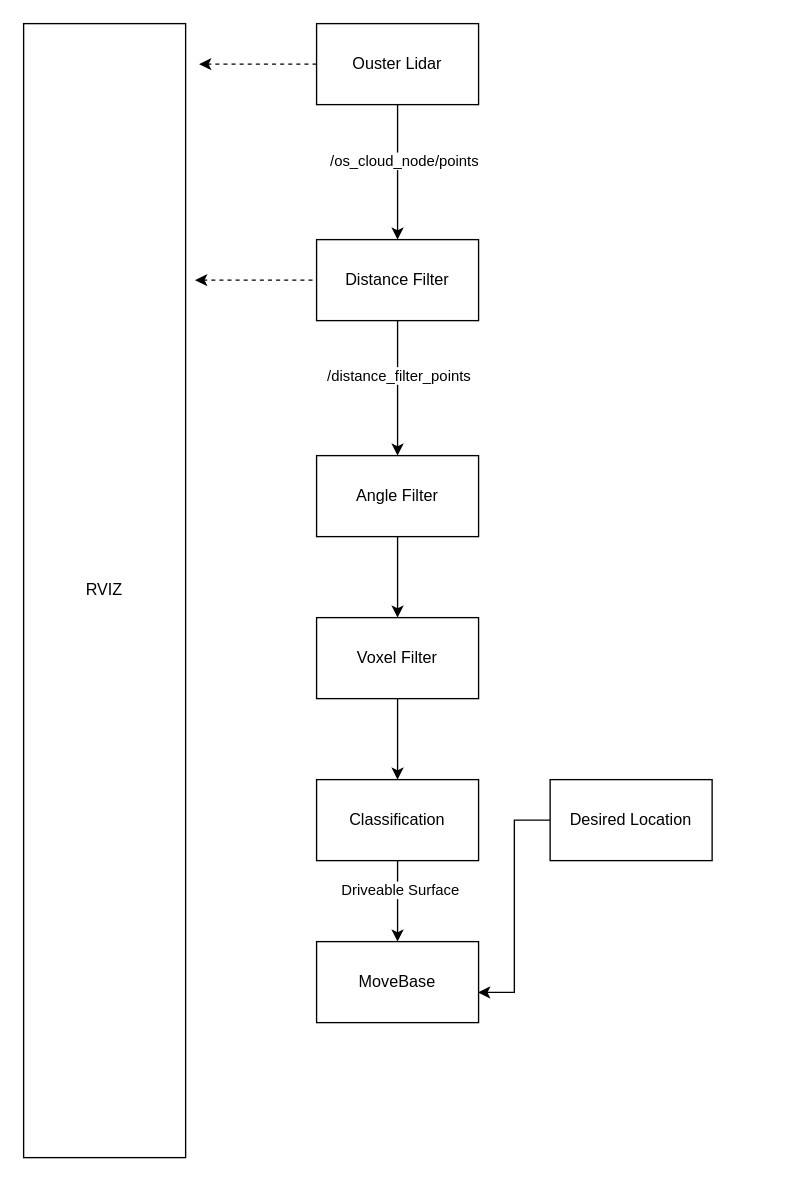
This is Untitled Diagram.drawio from AM1010101/lidar_integrators_course, a draw.io file, before an edit. Source tidied: cells renumbered, new cells numbered last; positions are measured from the earlier drawing's top-left corner, leaving out a move shared by most shapes. Both pictures are drawn from the tidied source at 135%, with x=0, y=0 at pixel (23, 23).
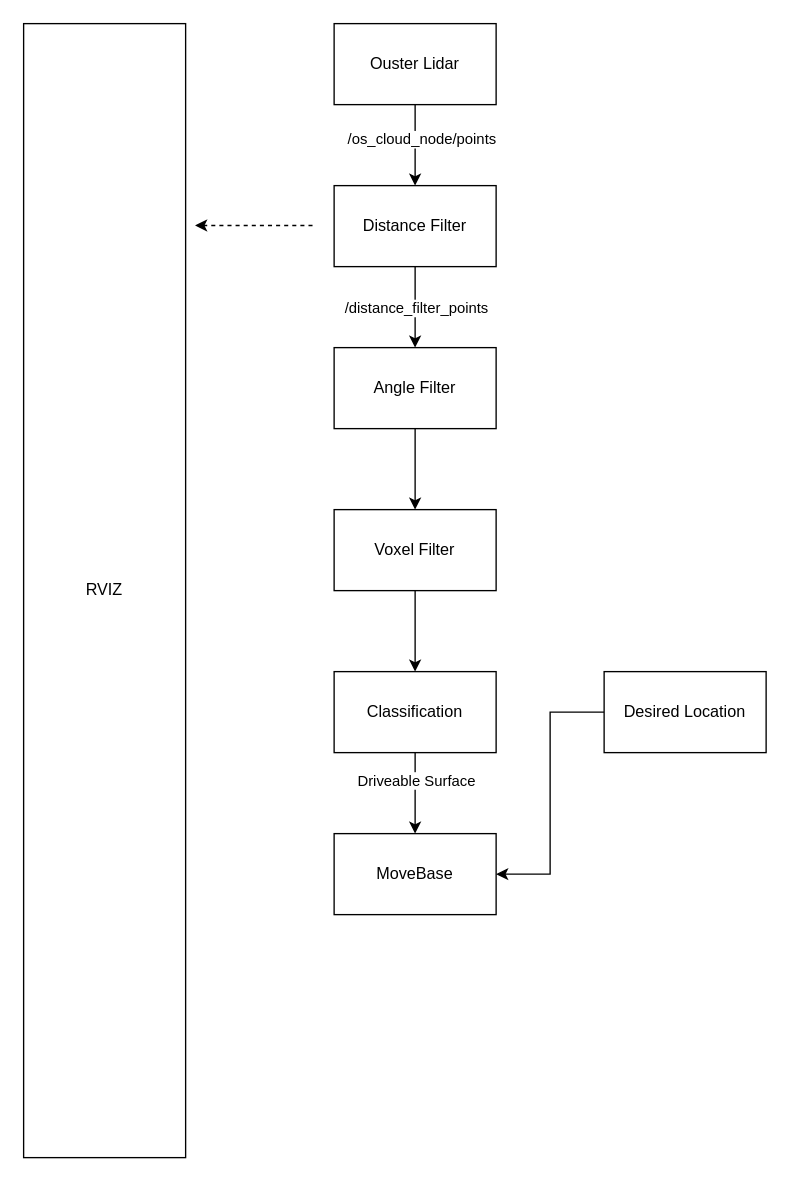
The same page after the edit.

Unchanged cells that the change refers to:
```xml
<mxCell id="9" style="edgeStyle=orthogonalEdgeStyle;rounded=0;jettySize=auto;html=1;entryX=0.5;entryY=0;entryDx=0;entryDy=0;" parent="1" edge="1" source="11" target="12">
  <mxGeometry relative="1" as="geometry" />
</mxCell>
```

The edit, as a diff of the source:
```diff
@@
-    <mxCell id="4" style="edgeStyle=orthogonalEdgeStyle;rounded=0;jettySize=auto;html=1;dashed=1;" parent="1" edge="1" source="5">
-      <mxGeometry relative="1" as="geometry">
-        <mxPoint x="130" y="30" as="targetPoint" />
-      </mxGeometry>
-    </mxCell>
     <mxCell id="5" value="Ouster Lidar" style="rounded=0;whiteSpace=wrap;html=1;" parent="1" vertex="1">
-      <mxGeometry x="217" width="120" height="60" as="geometry" />
+      <mxGeometry x="230" width="120" height="60" as="geometry" />
     </mxCell>
-    <mxCell id="6" style="edgeStyle=orthogonalEdgeStyle;rounded=0;jettySize=auto;html=1;" parent="1" edge="1" source="8">
-      <mxGeometry relative="1" as="geometry">
-        <mxPoint x="277" y="320" as="targetPoint" />
-      </mxGeometry>
+    <mxCell id="6" style="edgeStyle=orthogonalEdgeStyle;rounded=0;jettySize=auto;html=1;entryX=0.5;entryY=0;entryDx=0;entryDy=0;" parent="1" edge="1" source="8" target="16">
+      <mxGeometry relative="1" as="geometry" />
     </mxCell>
     <mxCell id="7" style="edgeStyle=orthogonalEdgeStyle;rounded=0;orthogonalLoop=1;jettySize=auto;html=1;dashed=1;" parent="1" edge="1">
       <mxGeometry relative="1" as="geometry">
-        <mxPoint x="214" y="190" as="sourcePoint" />
-        <mxPoint x="127" y="190" as="targetPoint" />
+        <mxPoint x="214" y="149.5" as="sourcePoint" />
+        <mxPoint x="127" y="149.5" as="targetPoint" />
       </mxGeometry>
     </mxCell>
     <mxCell id="8" value="Distance Filter" style="rounded=0;whiteSpace=wrap;html=1;" parent="1" vertex="1">
-      <mxGeometry x="217" y="160" width="120" height="60" as="geometry" />
+      <mxGeometry x="230" y="120" width="120" height="60" as="geometry" />
     </mxCell>
@@
     <mxCell id="10" value="Driveable Surface" style="edgeLabel;html=1;align=center;verticalAlign=middle;" parent="9" vertex="1">
-      <mxGeometry x="-0.3" y="1" relative="1" as="geometry" />
+      <mxGeometry x="-0.3" y="1" relative="1" as="geometry">
+        <mxPoint x="-1" y="-1" as="offset" />
+      </mxGeometry>
     </mxCell>
     <mxCell id="11" value="Classification" style="rounded=0;whiteSpace=wrap;html=1;" parent="1" vertex="1">
-      <mxGeometry x="217" y="560" width="120" height="60" as="geometry" />
+      <mxGeometry x="230" y="480" width="120" height="60" as="geometry" />
     </mxCell>
     <mxCell id="12" value="MoveBase" style="rounded=0;whiteSpace=wrap;html=1;" parent="1" vertex="1">
-      <mxGeometry x="217" y="680" width="120" height="60" as="geometry" />
+      <mxGeometry x="230" y="600" width="120" height="60" as="geometry" />
     </mxCell>
     <mxCell id="13" value="/distance_filter_points" style="edgeLabel;html=1;align=center;verticalAlign=middle;" parent="1" vertex="1">
-      <mxGeometry x="277" y="260" as="geometry" />
+      <mxGeometry x="290" y="210" as="geometry" />
     </mxCell>
@@
     <mxCell id="16" value="Angle Filter" style="rounded=0;whiteSpace=wrap;html=1;" parent="1" vertex="1">
-      <mxGeometry x="217" y="320" width="120" height="60" as="geometry" />
+      <mxGeometry x="230" y="240" width="120" height="60" as="geometry" />
     </mxCell>
@@
     <mxCell id="18" value="Voxel Filter" style="rounded=0;whiteSpace=wrap;html=1;" parent="1" vertex="1">
-      <mxGeometry x="217" y="440" width="120" height="60" as="geometry" />
+      <mxGeometry x="230" y="360" width="120" height="60" as="geometry" />
     </mxCell>
-    <mxCell id="19" style="edgeStyle=orthogonalEdgeStyle;rounded=0;jettySize=auto;html=1;entryX=0.997;entryY=0.627;entryDx=0;entryDy=0;entryPerimeter=0;" parent="1" edge="1" source="20" target="12">
+    <mxCell id="19" style="edgeStyle=orthogonalEdgeStyle;rounded=0;jettySize=auto;html=1;entryX=1;entryY=0.5;entryDx=0;entryDy=0;" parent="1" edge="1" source="20" target="12">
       <mxGeometry relative="1" as="geometry" />
     </mxCell>
     <mxCell id="20" value="Desired Location" style="rounded=0;whiteSpace=wrap;html=1;" parent="1" vertex="1">
-      <mxGeometry x="390" y="560" width="120" height="60" as="geometry" />
+      <mxGeometry x="430" y="480" width="120" height="60" as="geometry" />
     </mxCell>
```
